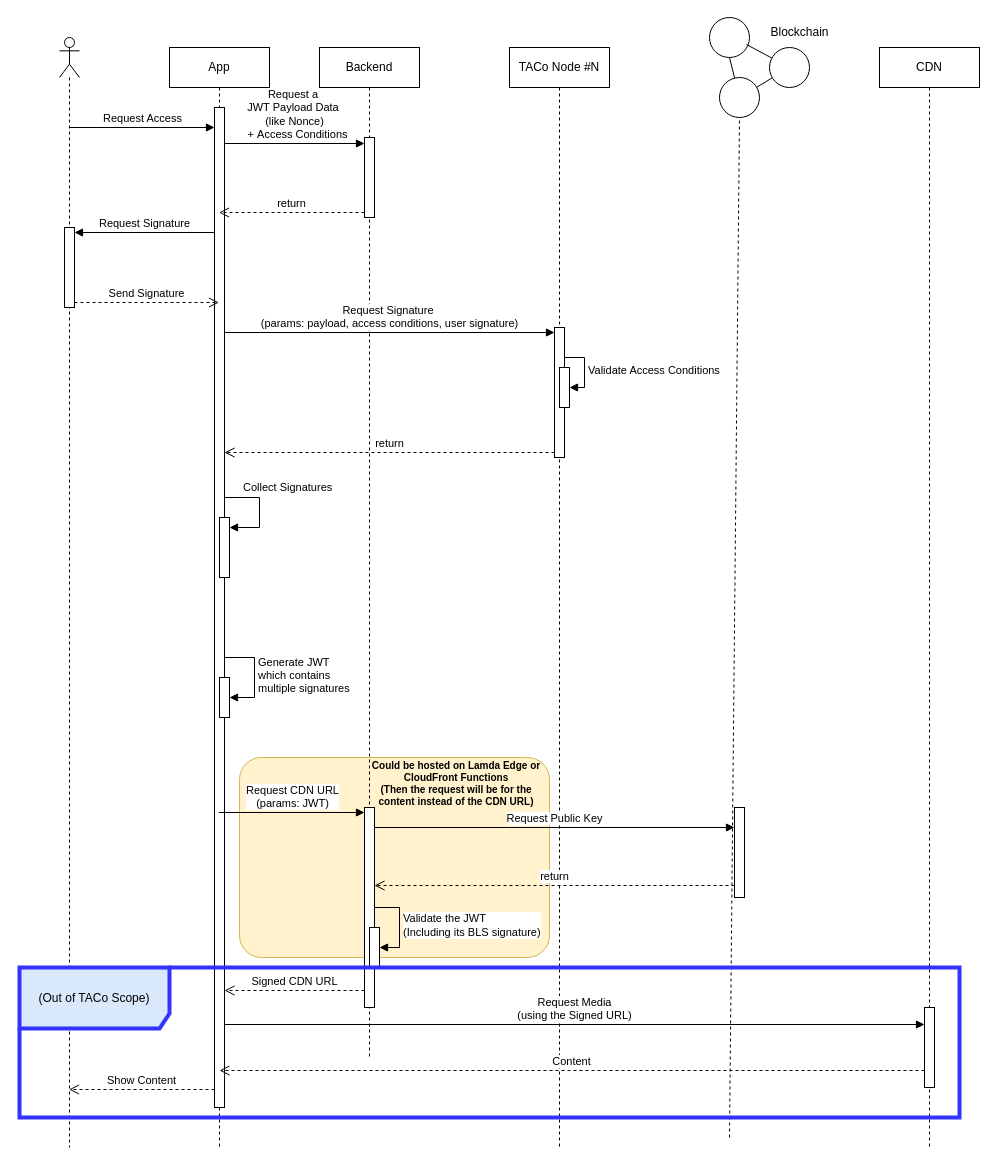
Earlier version of the draw.io diagram temp-JWT/JWT-with-custom-JOSE-for-BLS-algo.drawio (Muhammad-Altabba/taco-docs). Source tidied: cells renumbered, new cells numbered last; positions are measured from the earlier drawing's top-left corner, leaving out a move shared by most shapes. Both pictures are drawn from the tidied source at 100%, with x=0, y=0 at pixel (19, 17).
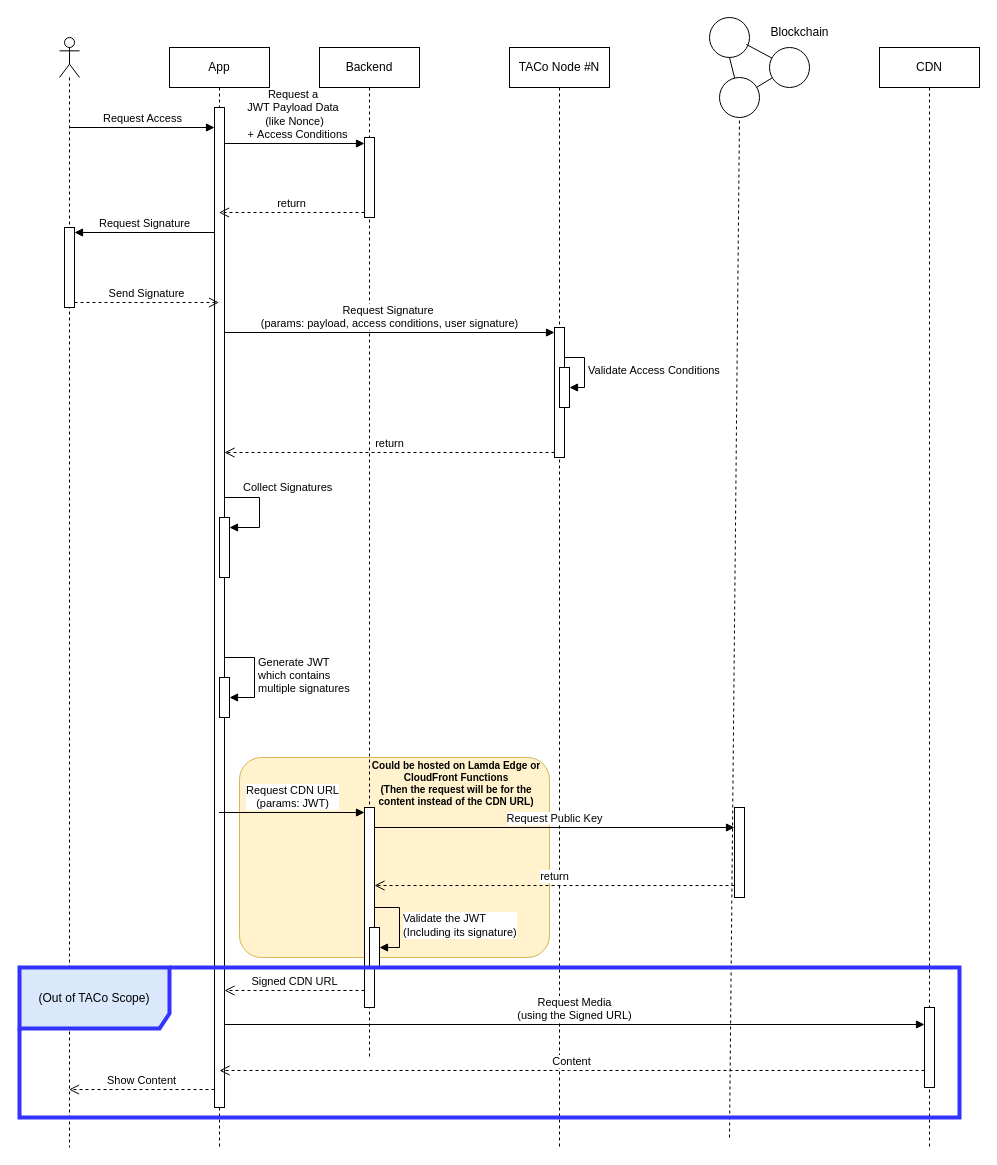
The same diagram, later.

The change refers to these unchanged cells:
```xml
<mxCell id="10" value="Backend" style="shape=umlLifeline;perimeter=lifelinePerimeter;whiteSpace=wrap;html=1;newEdgeStyle={&quot;curved&quot;:0,&quot;rounded&quot;:0};" parent="1" vertex="1">
  <mxGeometry x="300" y="30" width="100" height="1010" as="geometry" />
</mxCell>
<mxCell id="12" style="html=1;points=[[0,0,0,0,5],[0,1,0,0,-5],[1,0,0,0,5],[1,1,0,0,-5]];perimeter=orthogonalPerimeter;outlineConnect=0;targetShapes=umlLifeline;portConstraint=eastwest;newEdgeStyle={&quot;curved&quot;:0,&quot;rounded&quot;:0};" parent="10" vertex="1">
  <mxGeometry x="45" y="760" width="10" height="200" as="geometry" />
</mxCell>
<mxCell id="13" style="html=1;points=[[0,0,0,0,5],[0,1,0,0,-5],[1,0,0,0,5],[1,1,0,0,-5]];perimeter=orthogonalPerimeter;outlineConnect=0;targetShapes=umlLifeline;portConstraint=eastwest;newEdgeStyle={&quot;curved&quot;:0,&quot;rounded&quot;:0};" parent="10" vertex="1">
  <mxGeometry x="50" y="880" width="10" height="40" as="geometry" />
</mxCell>
```

Change to the diagram source:
```diff
@@
-    <mxCell id="14" value="Validate the JWT&lt;div&gt;(Including its BLS signature)&lt;/div&gt;" style="html=1;align=left;spacingLeft=2;endArrow=block;rounded=0;edgeStyle=orthogonalEdgeStyle;curved=0;rounded=0;" parent="10" edge="1" source="12" target="13">
+    <mxCell id="14" value="Validate the JWT&lt;div&gt;(Including its signature)&lt;/div&gt;" style="html=1;align=left;spacingLeft=2;endArrow=block;rounded=0;edgeStyle=orthogonalEdgeStyle;curved=0;rounded=0;" parent="10" edge="1" source="12" target="13">
       <mxGeometry relative="1" as="geometry">
         <Array as="points">
           <mxPoint x="80" y="860" />
           <mxPoint x="80" y="900" />
         </Array>
       </mxGeometry>
     </mxCell>
```
